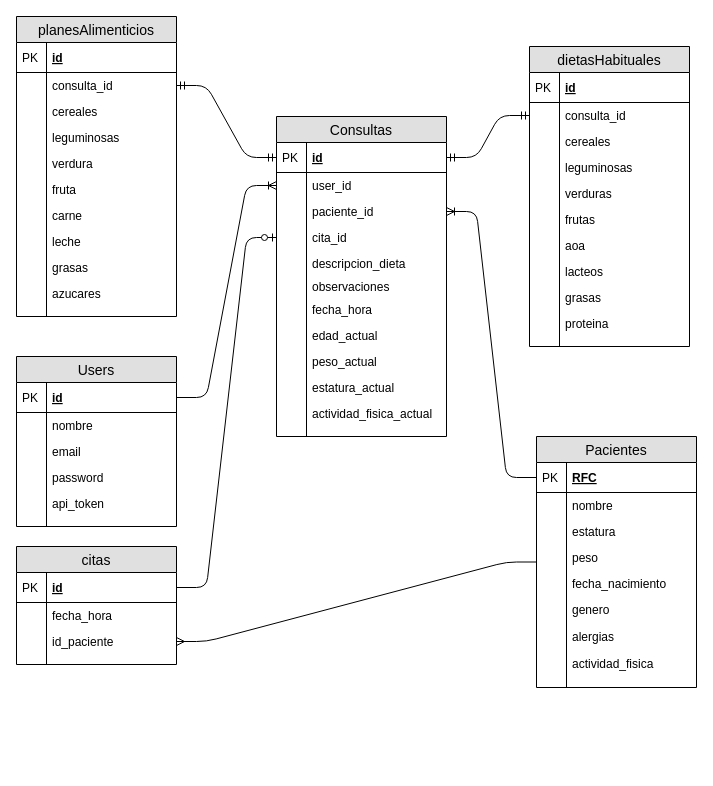
The draw.io diagram baseDeDatosProyecto.drawio in elagabalus01/nutrikit, before the edit. Source tidied: cells renumbered, new cells numbered last; positions are measured from the earlier drawing's top-left corner, leaving out a move shared by most shapes. Both pictures are drawn from the tidied source at 100%, with x=0, y=0 at pixel (16, 16).
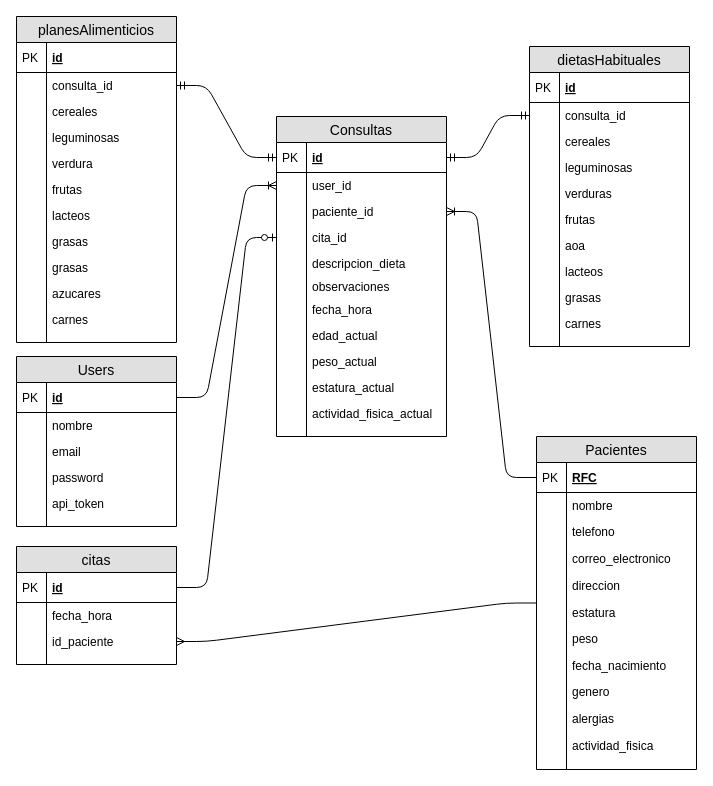
The same diagram, later.

The change refers to these unchanged cells:
```xml
<mxCell id="69" value="dietasHabituales" style="swimlane;fontStyle=0;horizontal=1;startSize=26;fillColor=#e0e0e0;swimlaneFillColor=#ffffff;align=center;fontSize=14;" parent="1" vertex="1">
  <mxGeometry x="513" y="30" width="160" height="300" as="geometry" />
</mxCell>
```

The edit, as a diff of the source:
```diff
@@
     <mxCell id="15" value="Pacientes" style="swimlane;fontStyle=0;horizontal=1;startSize=26;fillColor=#e0e0e0;swimlaneFillColor=#ffffff;align=center;fontSize=14;" parent="1" vertex="1">
-      <mxGeometry x="520" y="420" width="160" height="251" as="geometry" />
+      <mxGeometry x="520" y="420" width="160" height="333" as="geometry" />
     </mxCell>
@@
+    <mxCell id="120" value="telefono" style="shape=partialRectangle;top=0;left=0;right=0;bottom=0;align=left;verticalAlign=top;fillColor=none;spacingLeft=34;spacingRight=4;overflow=hidden;fontSize=12;" parent="15" vertex="1">
+      <mxGeometry y="82" width="160" height="27" as="geometry" />
+    </mxCell>
+    <mxCell id="121" style="shape=partialRectangle;top=0;left=0;bottom=0;fillColor=none;align=left;verticalAlign=top;spacingLeft=4;spacingRight=4;overflow=hidden;fontSize=12;" parent="120" vertex="1">
+      <mxGeometry width="30" height="26" as="geometry" />
+    </mxCell>
+    <mxCell id="122" value="correo_electronico" style="shape=partialRectangle;top=0;left=0;right=0;bottom=0;align=left;verticalAlign=top;fillColor=none;spacingLeft=34;spacingRight=4;overflow=hidden;fontSize=12;" parent="15" vertex="1">
+      <mxGeometry y="109" width="160" height="27" as="geometry" />
+    </mxCell>
+    <mxCell id="123" style="shape=partialRectangle;top=0;left=0;bottom=0;fillColor=none;align=left;verticalAlign=top;spacingLeft=4;spacingRight=4;overflow=hidden;fontSize=12;" parent="122" vertex="1">
+      <mxGeometry width="30" height="26" as="geometry" />
+    </mxCell>
+    <mxCell id="124" value="direccion" style="shape=partialRectangle;top=0;left=0;right=0;bottom=0;align=left;verticalAlign=top;fillColor=none;spacingLeft=34;spacingRight=4;overflow=hidden;fontSize=12;" parent="15" vertex="1">
+      <mxGeometry y="136" width="160" height="27" as="geometry" />
+    </mxCell>
+    <mxCell id="125" style="shape=partialRectangle;top=0;left=0;bottom=0;fillColor=none;align=left;verticalAlign=top;spacingLeft=4;spacingRight=4;overflow=hidden;fontSize=12;" parent="124" vertex="1">
+      <mxGeometry width="30" height="26" as="geometry" />
+    </mxCell>
     <mxCell id="20" value="estatura" style="shape=partialRectangle;top=0;left=0;right=0;bottom=0;align=left;verticalAlign=top;fillColor=none;spacingLeft=34;spacingRight=4;overflow=hidden;fontSize=12;" parent="15" vertex="1">
-      <mxGeometry y="82" width="160" height="26" as="geometry" />
+      <mxGeometry y="163" width="160" height="26" as="geometry" />
     </mxCell>
@@
     <mxCell id="22" value="peso" style="shape=partialRectangle;top=0;left=0;right=0;bottom=0;align=left;verticalAlign=top;fillColor=none;spacingLeft=34;spacingRight=4;overflow=hidden;fontSize=12;" parent="15" vertex="1">
-      <mxGeometry y="108" width="160" height="26" as="geometry" />
+      <mxGeometry y="189" width="160" height="27" as="geometry" />
     </mxCell>
@@
     <mxCell id="24" value="fecha_nacimiento" style="shape=partialRectangle;top=0;left=0;right=0;bottom=0;align=left;verticalAlign=top;fillColor=none;spacingLeft=34;spacingRight=4;overflow=hidden;fontSize=12;" parent="15" vertex="1">
-      <mxGeometry y="134" width="160" height="26" as="geometry" />
+      <mxGeometry y="216" width="160" height="26" as="geometry" />
     </mxCell>
@@
     <mxCell id="26" value="genero" style="shape=partialRectangle;top=0;left=0;right=0;bottom=0;align=left;verticalAlign=top;fillColor=none;spacingLeft=34;spacingRight=4;overflow=hidden;fontSize=12;" parent="15" vertex="1">
-      <mxGeometry y="160" width="160" height="27" as="geometry" />
+      <mxGeometry y="242" width="160" height="27" as="geometry" />
     </mxCell>
@@
     <mxCell id="28" value="alergias" style="shape=partialRectangle;top=0;left=0;right=0;bottom=0;align=left;verticalAlign=top;fillColor=none;spacingLeft=34;spacingRight=4;overflow=hidden;fontSize=12;" parent="15" vertex="1">
-      <mxGeometry y="187" width="160" height="27" as="geometry" />
+      <mxGeometry y="269" width="160" height="27" as="geometry" />
     </mxCell>
@@
     <mxCell id="30" value="actividad_fisica" style="shape=partialRectangle;top=0;left=0;right=0;bottom=0;align=left;verticalAlign=top;fillColor=none;spacingLeft=34;spacingRight=4;overflow=hidden;fontSize=12;" parent="15" vertex="1">
-      <mxGeometry y="214" width="160" height="27" as="geometry" />
+      <mxGeometry y="296" width="160" height="27" as="geometry" />
     </mxCell>
@@
     <mxCell id="32" style="shape=partialRectangle;top=0;left=0;right=0;bottom=0;align=left;verticalAlign=top;fillColor=none;spacingLeft=34;spacingRight=4;overflow=hidden;fontSize=12;" parent="15" vertex="1">
-      <mxGeometry y="241" width="160" height="10" as="geometry" />
+      <mxGeometry y="323" width="160" height="10" as="geometry" />
     </mxCell>
@@
-    <mxCell id="88" value="proteina" style="shape=partialRectangle;top=0;left=0;right=0;bottom=0;align=left;verticalAlign=top;fillColor=none;spacingLeft=34;spacingRight=4;overflow=hidden;fontSize=12;" parent="69" vertex="1">
+    <mxCell id="88" value="carnes" style="shape=partialRectangle;top=0;left=0;right=0;bottom=0;align=left;verticalAlign=top;fillColor=none;spacingLeft=34;spacingRight=4;overflow=hidden;fontSize=12;" parent="69" vertex="1">
       <mxGeometry y="264" width="160" height="26" as="geometry" />
     </mxCell>
@@
     <mxCell id="92" value="planesAlimenticios" style="swimlane;fontStyle=0;horizontal=1;startSize=26;fillColor=#e0e0e0;swimlaneFillColor=#ffffff;align=center;fontSize=14;" parent="1" vertex="1">
-      <mxGeometry width="160" height="300" as="geometry" />
+      <mxGeometry width="160" height="326" as="geometry" />
     </mxCell>
@@
-    <mxCell id="103" value="fruta" style="shape=partialRectangle;top=0;left=0;right=0;bottom=0;align=left;verticalAlign=top;fillColor=none;spacingLeft=34;spacingRight=4;overflow=hidden;fontSize=12;" parent="92" vertex="1">
+    <mxCell id="103" value="frutas" style="shape=partialRectangle;top=0;left=0;right=0;bottom=0;align=left;verticalAlign=top;fillColor=none;spacingLeft=34;spacingRight=4;overflow=hidden;fontSize=12;" parent="92" vertex="1">
       <mxGeometry y="160" width="160" height="26" as="geometry" />
     </mxCell>
@@
-    <mxCell id="105" value="carne" style="shape=partialRectangle;top=0;left=0;right=0;bottom=0;align=left;verticalAlign=top;fillColor=none;spacingLeft=34;spacingRight=4;overflow=hidden;fontSize=12;" parent="92" vertex="1">
-      <mxGeometry y="186" width="160" height="26" as="geometry" />
-    </mxCell>
-    <mxCell id="106" style="shape=partialRectangle;top=0;left=0;bottom=0;fillColor=none;align=left;verticalAlign=top;spacingLeft=4;spacingRight=4;overflow=hidden;fontSize=12;" parent="105" vertex="1">
-      <mxGeometry width="30" height="26" as="geometry" />
-    </mxCell>
-    <mxCell id="107" value="leche" style="shape=partialRectangle;top=0;left=0;right=0;bottom=0;align=left;verticalAlign=top;fillColor=none;spacingLeft=34;spacingRight=4;overflow=hidden;fontSize=12;" parent="92" vertex="1">
-      <mxGeometry y="212" width="160" height="26" as="geometry" />
+    <mxCell id="107" value="lacteos" style="shape=partialRectangle;top=0;left=0;right=0;bottom=0;align=left;verticalAlign=top;fillColor=none;spacingLeft=34;spacingRight=4;overflow=hidden;fontSize=12;" parent="92" vertex="1">
+      <mxGeometry y="186" width="160" height="26" as="geometry" />
     </mxCell>
@@
+    <mxCell id="126" value="grasas" style="shape=partialRectangle;top=0;left=0;right=0;bottom=0;align=left;verticalAlign=top;fillColor=none;spacingLeft=34;spacingRight=4;overflow=hidden;fontSize=12;" parent="92" vertex="1">
+      <mxGeometry y="212" width="160" height="26" as="geometry" />
+    </mxCell>
+    <mxCell id="127" style="shape=partialRectangle;top=0;left=0;bottom=0;fillColor=none;align=left;verticalAlign=top;spacingLeft=4;spacingRight=4;overflow=hidden;fontSize=12;" parent="126" vertex="1">
+      <mxGeometry width="30" height="26" as="geometry" />
+    </mxCell>
@@
+    <mxCell id="105" value="carnes" style="shape=partialRectangle;top=0;left=0;right=0;bottom=0;align=left;verticalAlign=top;fillColor=none;spacingLeft=34;spacingRight=4;overflow=hidden;fontSize=12;" parent="92" vertex="1">
+      <mxGeometry y="290" width="160" height="26" as="geometry" />
+    </mxCell>
+    <mxCell id="106" style="shape=partialRectangle;top=0;left=0;bottom=0;fillColor=none;align=left;verticalAlign=top;spacingLeft=4;spacingRight=4;overflow=hidden;fontSize=12;" parent="105" vertex="1">
+      <mxGeometry width="30" height="26" as="geometry" />
+    </mxCell>
     <mxCell id="113" style="shape=partialRectangle;top=0;left=0;right=0;bottom=0;align=left;verticalAlign=top;fillColor=none;spacingLeft=34;spacingRight=4;overflow=hidden;fontSize=12;" parent="92" vertex="1">
-      <mxGeometry y="290" width="160" height="10" as="geometry" />
+      <mxGeometry y="316" width="160" height="10" as="geometry" />
     </mxCell>
```
